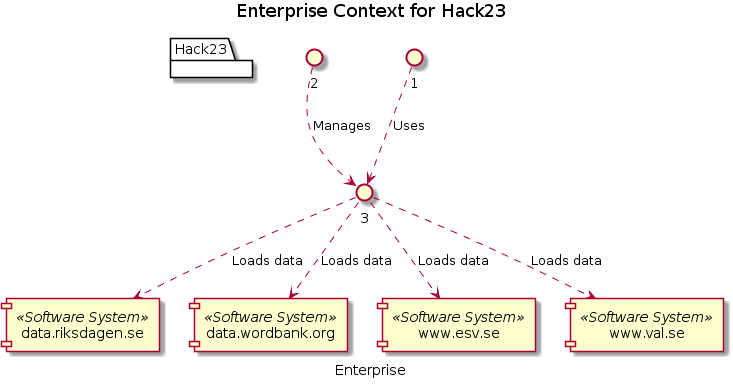
The PlantUML diagram architecture/Enterprise-Context-for-Hack23.png in sjvs/cia, before a commit.
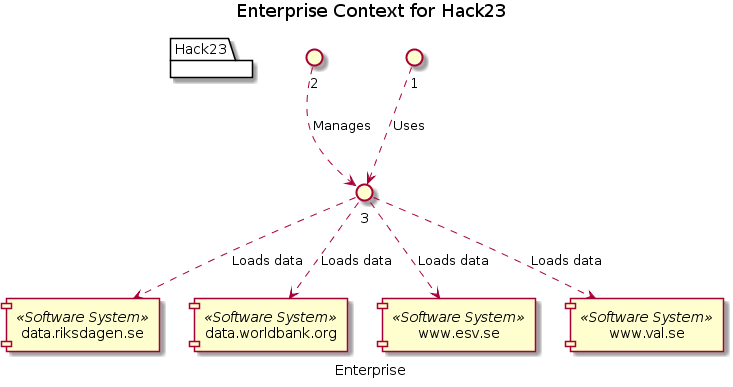
After the change.

What changed in the source:
```diff
@@ -2,7 +2,7 @@
 title Enterprise Context for Hack23
 caption Enterprise
 component "data.riksdagen.se" <<Software System>> as 4
-component "data.wordbank.org" <<Software System>> as 5
+component "data.worldbank.org" <<Software System>> as 5
 component "www.esv.se" <<Software System>> as 7
 component "www.val.se" <<Software System>> as 6
 package Hack23 {
```
